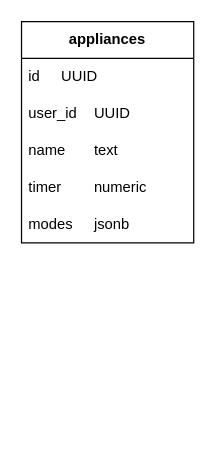
This is page "Database Schema" (2 of 2) of Class_Diagram_Web.drawio from khanhsaan/SharedTimer_v1, a draw.io file, before an edit. Source tidied: cells renumbered, new cells numbered last; positions are measured from the earlier drawing's top-left corner, leaving out a move shared by most shapes. Both pictures are drawn from the tidied source at 123%, with x=0, y=0 at pixel (21, 21).
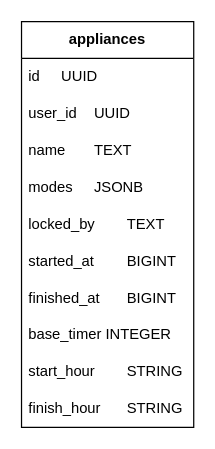
The same page after the edit.

Diff of the diagram source:
```diff
@@
 <mxGraphModel>
   <root>
     <mxCell id="0" />
     <mxCell id="1" parent="0" />
     <mxCell id="2" value="appliances" style="swimlane;fontStyle=1;horizontal=1;startSize=30;whiteSpace=wrap;html=1;" parent="1" vertex="1">
-      <mxGeometry width="140" height="180" as="geometry" />
+      <mxGeometry width="140" height="330" as="geometry" />
     </mxCell>
     <mxCell id="3" value="id&lt;span style=&quot;white-space: pre;&quot;&gt;&#9;&lt;/span&gt;UUID" style="text;strokeColor=none;fillColor=none;align=left;verticalAlign=middle;spacingLeft=4;spacingRight=4;overflow=hidden;whiteSpace=wrap;html=1;" parent="2" vertex="1">
       <mxGeometry y="30" width="140" height="30" as="geometry" />
     </mxCell>
     <mxCell id="4" value="user_id&lt;span style=&quot;white-space: pre;&quot;&gt;&#9;&lt;/span&gt;UUID" style="text;strokeColor=none;fillColor=none;align=left;verticalAlign=middle;spacingLeft=4;spacingRight=4;overflow=hidden;whiteSpace=wrap;html=1;" parent="2" vertex="1">
       <mxGeometry y="60" width="140" height="30" as="geometry" />
     </mxCell>
-    <mxCell id="5" value="name&lt;span style=&quot;white-space: pre;&quot;&gt;&#9;&lt;/span&gt;text" style="text;strokeColor=none;fillColor=none;align=left;verticalAlign=middle;spacingLeft=4;spacingRight=4;overflow=hidden;whiteSpace=wrap;html=1;" parent="2" vertex="1">
+    <mxCell id="5" value="name&lt;span style=&quot;white-space: pre;&quot;&gt;&#9;&lt;/span&gt;TEXT" style="text;strokeColor=none;fillColor=none;align=left;verticalAlign=middle;spacingLeft=4;spacingRight=4;overflow=hidden;whiteSpace=wrap;html=1;" parent="2" vertex="1">
       <mxGeometry y="90" width="140" height="30" as="geometry" />
     </mxCell>
-    <mxCell id="6" value="timer&lt;span style=&quot;white-space: pre;&quot;&gt;&#9;&lt;/span&gt;numeric" style="text;strokeColor=none;fillColor=none;align=left;verticalAlign=middle;spacingLeft=4;spacingRight=4;overflow=hidden;whiteSpace=wrap;html=1;" parent="2" vertex="1">
-      <mxGeometry y="120" width="140" height="30" as="geometry" />
-    </mxCell>
-    <mxCell id="7" value="modes&lt;span style=&quot;white-space: pre;&quot;&gt;&#9;&lt;/span&gt;jsonb" style="text;strokeColor=none;fillColor=none;align=left;verticalAlign=middle;spacingLeft=4;spacingRight=4;overflow=hidden;whiteSpace=wrap;html=1;" parent="2" vertex="1">
-      <mxGeometry y="150" width="140" height="30" as="geometry" />
+    <mxCell id="7" value="modes&lt;span style=&quot;white-space: pre;&quot;&gt;&#9;&lt;/span&gt;JSONB" style="text;strokeColor=none;fillColor=none;align=left;verticalAlign=middle;spacingLeft=4;spacingRight=4;overflow=hidden;whiteSpace=wrap;html=1;" parent="2" vertex="1">
+      <mxGeometry y="120" width="140" height="30" as="geometry" />
     </mxCell>
+    <mxCell id="8" value="locked_by&lt;span style=&quot;white-space: pre;&quot;&gt;&#9;&lt;/span&gt;TEXT" style="text;strokeColor=none;fillColor=none;align=left;verticalAlign=middle;spacingLeft=4;spacingRight=4;overflow=hidden;whiteSpace=wrap;html=1;" parent="2" vertex="1">
+      <mxGeometry y="150" width="140" height="30" as="geometry" />
+    </mxCell>
+    <mxCell id="9" value="started_at&lt;span style=&quot;white-space: pre;&quot;&gt;&#9;&lt;/span&gt;BIGINT" style="text;strokeColor=none;fillColor=none;align=left;verticalAlign=middle;spacingLeft=4;spacingRight=4;overflow=hidden;whiteSpace=wrap;html=1;" parent="2" vertex="1">
+      <mxGeometry y="180" width="140" height="30" as="geometry" />
+    </mxCell>
+    <mxCell id="10" value="finished_at&lt;span style=&quot;white-space: pre;&quot;&gt;&#9;&lt;/span&gt;BIGINT" style="text;strokeColor=none;fillColor=none;align=left;verticalAlign=middle;spacingLeft=4;spacingRight=4;overflow=hidden;whiteSpace=wrap;html=1;" parent="2" vertex="1">
+      <mxGeometry y="210" width="140" height="30" as="geometry" />
+    </mxCell>
+    <mxCell id="11" value="base_timer INTEGER" style="text;strokeColor=none;fillColor=none;align=left;verticalAlign=middle;spacingLeft=4;spacingRight=4;overflow=hidden;whiteSpace=wrap;html=1;" parent="2" vertex="1">
+      <mxGeometry y="240" width="140" height="30" as="geometry" />
+    </mxCell>
+    <mxCell id="12" value="start_hour&lt;span style=&quot;white-space: pre;&quot;&gt;&#9;&lt;/span&gt;STRING" style="text;strokeColor=none;fillColor=none;align=left;verticalAlign=middle;spacingLeft=4;spacingRight=4;overflow=hidden;whiteSpace=wrap;html=1;" parent="2" vertex="1">
+      <mxGeometry y="270" width="140" height="30" as="geometry" />
+    </mxCell>
+    <mxCell id="13" value="finish_hour &lt;span style=&quot;white-space: pre;&quot;&gt;&#9;&lt;/span&gt;STRING" style="text;strokeColor=none;fillColor=none;align=left;verticalAlign=middle;spacingLeft=4;spacingRight=4;overflow=hidden;whiteSpace=wrap;html=1;" parent="2" vertex="1">
+      <mxGeometry y="300" width="140" height="30" as="geometry" />
+    </mxCell>
   </root>
 </mxGraphModel>
```
